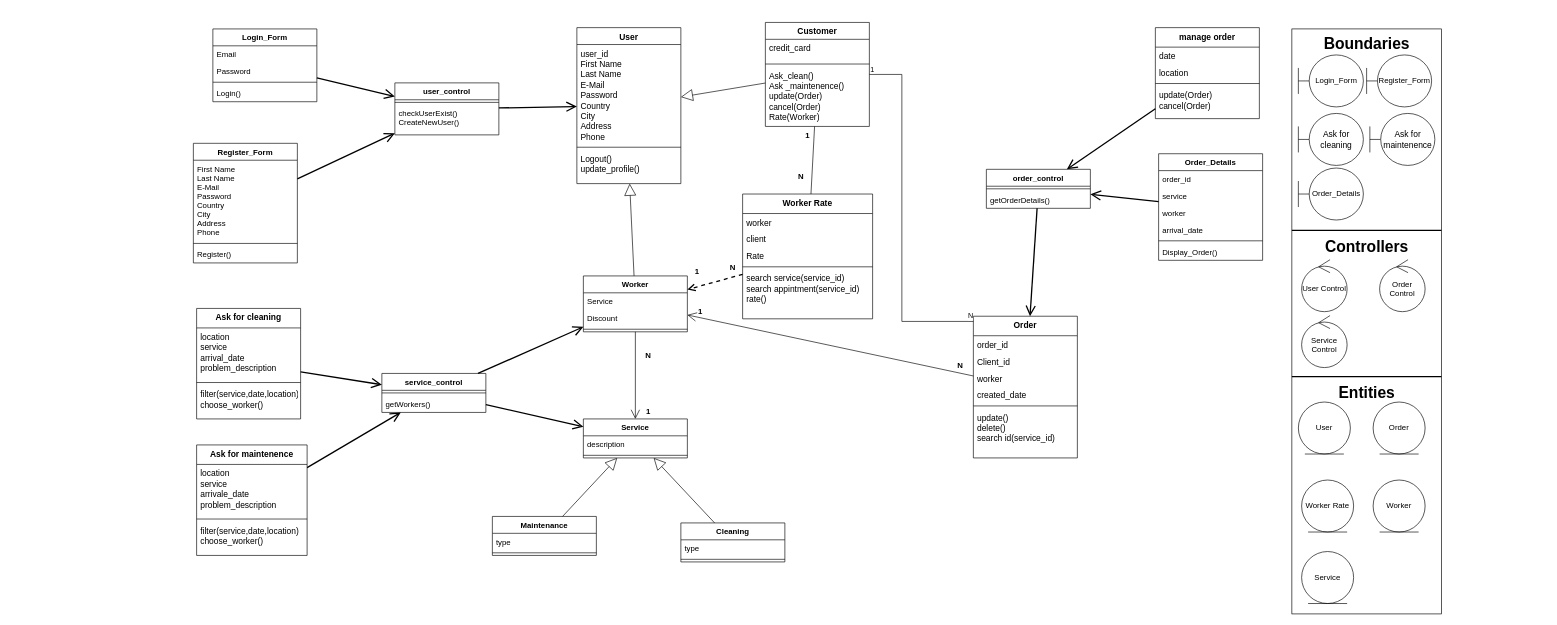
Earlier version of the draw.io diagram page "Class Final" (5 of 8) of saad project team 1.drawio (adhamfayrouzamf/drawio). Source tidied: cells renumbered, new cells numbered last; positions are measured from the earlier drawing's top-left corner, leaving out a move shared by most shapes. Both pictures are drawn from the tidied source at 65%, with x=0, y=0 at pixel (193, 22).
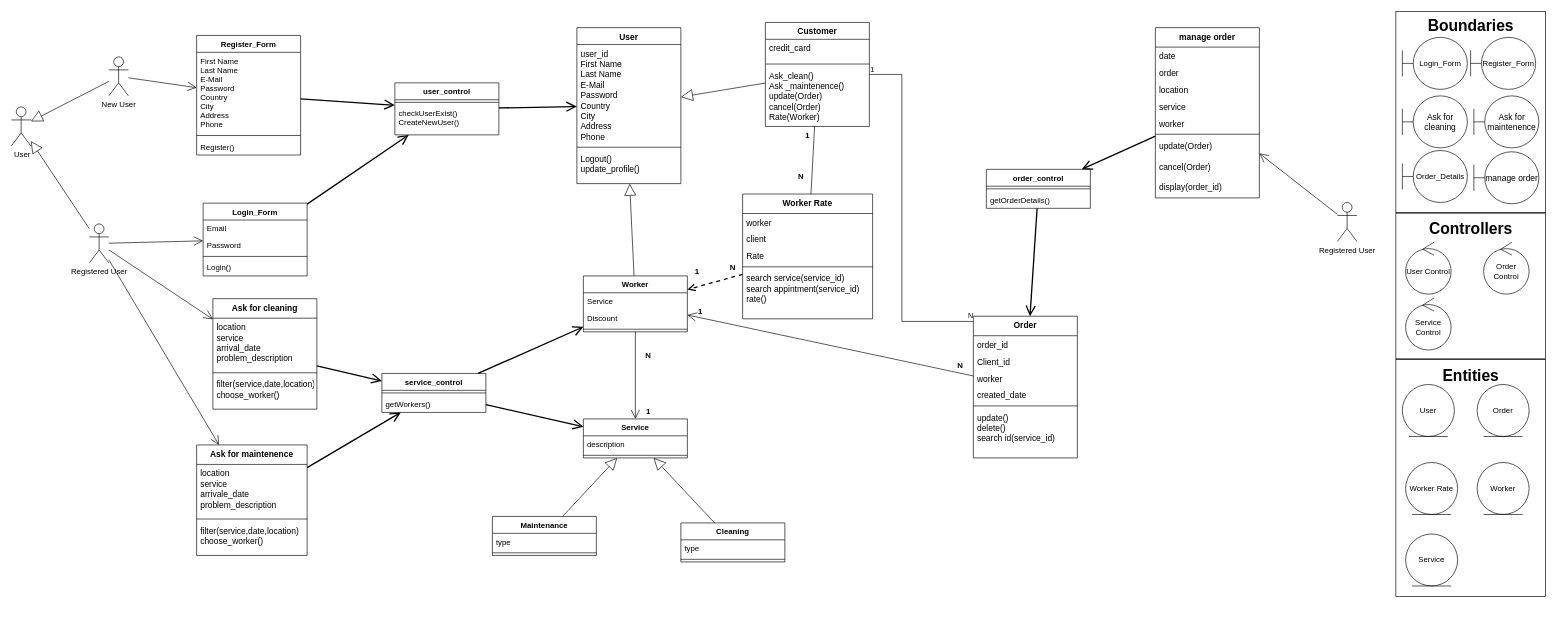
Above is the later version.

Unchanged cells that the change refers to:
```xml
<mxCell id="23" value="Ask for maintenence" style="swimlane;fontStyle=1;align=center;verticalAlign=top;horizontal=1;startSize=30;fontSize=13;" parent="1" vertex="1">
  <mxGeometry x="5" y="650" width="170" height="170" as="geometry" />
</mxCell>
<mxCell id="99" value="order_control" style="swimlane;fontStyle=1;align=center;verticalAlign=top;horizontal=1;startSize=26;" parent="1" vertex="1">
  <mxGeometry x="1220" y="226" width="160" height="60" as="geometry" />
</mxCell>
```

The edit, as a diff of the source:
```diff
@@
     <mxCell id="12" value="manage order" style="swimlane;fontStyle=1;align=center;verticalAlign=top;horizontal=1;startSize=30;fontSize=13;" parent="1" vertex="1">
-      <mxGeometry x="1480" y="8" width="160" height="140" as="geometry" />
+      <mxGeometry x="1480" y="8" width="160" height="262" as="geometry" />
     </mxCell>
@@
-    <mxCell id="14" value="location" style="text;strokeColor=none;fillColor=none;align=left;verticalAlign=top;spacingLeft=4;spacingRight=4;overflow=hidden;fontSize=13;" parent="12" vertex="1">
+    <mxCell id="14" value="order" style="text;strokeColor=none;fillColor=none;align=left;verticalAlign=top;spacingLeft=4;spacingRight=4;overflow=hidden;fontSize=13;" parent="12" vertex="1">
       <mxGeometry y="56" width="160" height="26" as="geometry" />
     </mxCell>
+    <mxCell id="122" value="location" style="text;strokeColor=none;fillColor=none;align=left;verticalAlign=top;spacingLeft=4;spacingRight=4;overflow=hidden;fontSize=13;" parent="12" vertex="1">
+      <mxGeometry y="82" width="160" height="26" as="geometry" />
+    </mxCell>
+    <mxCell id="75" value="service" style="text;strokeColor=none;fillColor=none;align=left;verticalAlign=top;spacingLeft=4;spacingRight=4;overflow=hidden;fontSize=13;" parent="12" vertex="1">
+      <mxGeometry y="108" width="160" height="26" as="geometry" />
+    </mxCell>
+    <mxCell id="76" value="worker" style="text;strokeColor=none;fillColor=none;align=left;verticalAlign=top;spacingLeft=4;spacingRight=4;overflow=hidden;fontSize=13;" parent="12" vertex="1">
+      <mxGeometry y="134" width="160" height="26" as="geometry" />
+    </mxCell>
     <mxCell id="15" style="line;strokeWidth=1;fillColor=none;align=left;verticalAlign=middle;spacingTop=-1;spacingLeft=3;spacingRight=3;labelPosition=right;fontSize=13;" parent="12" vertex="1">
-      <mxGeometry y="82" width="160" height="8" as="geometry" />
+      <mxGeometry y="160" width="160" height="8" as="geometry" />
     </mxCell>
-    <mxCell id="16" value="update(Order)&#10;cancel(Order)" style="text;strokeColor=none;fillColor=none;align=left;verticalAlign=top;spacingLeft=4;spacingRight=4;overflow=hidden;fontSize=13;" parent="12" vertex="1">
-      <mxGeometry y="90" width="160" height="50" as="geometry" />
+    <mxCell id="16" value="update(Order)" style="text;strokeColor=none;fillColor=none;align=left;verticalAlign=top;spacingLeft=4;spacingRight=4;overflow=hidden;fontSize=13;" parent="12" vertex="1">
+      <mxGeometry y="168" width="160" height="32" as="geometry" />
     </mxCell>
+    <mxCell id="123" value="cancel(Order)" style="text;strokeColor=none;fillColor=none;align=left;verticalAlign=top;spacingLeft=4;spacingRight=4;overflow=hidden;fontSize=13;" parent="12" vertex="1">
+      <mxGeometry y="200" width="160" height="32" as="geometry" />
+    </mxCell>
+    <mxCell id="124" value="display(order_id)" style="text;strokeColor=none;fillColor=none;align=left;verticalAlign=top;spacingLeft=4;spacingRight=4;overflow=hidden;fontSize=13;" parent="12" vertex="1">
+      <mxGeometry y="232" width="160" height="30" as="geometry" />
+    </mxCell>
@@
     <mxCell id="27" value="Ask for cleaning" style="swimlane;fontStyle=1;align=center;verticalAlign=top;horizontal=1;startSize=30;fontSize=13;" parent="1" vertex="1">
-      <mxGeometry x="5" y="440" width="160" height="170" as="geometry" />
+      <mxGeometry x="30" y="425" width="160" height="170" as="geometry" />
     </mxCell>
@@
     <mxCell id="56" value="Login_Form" style="swimlane;fontStyle=1;align=center;verticalAlign=top;horizontal=1;startSize=26;" parent="1" vertex="1">
-      <mxGeometry x="30" y="10" width="160" height="112" as="geometry" />
+      <mxGeometry x="15" y="278" width="160" height="112" as="geometry" />
     </mxCell>
@@
     <mxCell id="61" style="rounded=0;whiteSpace=wrap;html=1;" parent="1" vertex="1">
-      <mxGeometry x="1690" y="10" width="230" height="900" as="geometry" />
+      <mxGeometry x="1850" y="-17" width="230" height="900" as="geometry" />
     </mxCell>
     <mxCell id="62" value="User" style="ellipse;shape=umlEntity;whiteSpace=wrap;html=1;" parent="1" vertex="1">
-      <mxGeometry x="1700" y="584" width="80" height="80" as="geometry" />
+      <mxGeometry x="1860" y="557" width="80" height="80" as="geometry" />
     </mxCell>
     <mxCell id="63" value="Login_Form" style="shape=umlBoundary;whiteSpace=wrap;html=1;" parent="1" vertex="1">
-      <mxGeometry x="1700" y="50" width="100" height="80" as="geometry" />
+      <mxGeometry x="1860" y="23" width="100" height="80" as="geometry" />
     </mxCell>
@@
     <mxCell id="69" value="Register_Form" style="swimlane;fontStyle=1;align=center;verticalAlign=top;horizontal=1;startSize=26;" parent="1" vertex="1">
-      <mxGeometry y="186" width="160" height="184" as="geometry" />
+      <mxGeometry x="5" y="20" width="160" height="184" as="geometry" />
     </mxCell>
@@
-    <mxCell id="73" value="Order_Details" style="swimlane;fontStyle=1;align=center;verticalAlign=top;horizontal=1;startSize=26;" parent="1" vertex="1">
-      <mxGeometry x="1485" y="202" width="160" height="164" as="geometry" />
-    </mxCell>
-    <mxCell id="74" value="order_id" style="text;strokeColor=none;fillColor=none;align=left;verticalAlign=top;spacingLeft=4;spacingRight=4;overflow=hidden;" parent="73" vertex="1">
-      <mxGeometry y="26" width="160" height="26" as="geometry" />
-    </mxCell>
-    <mxCell id="75" value="service" style="text;strokeColor=none;fillColor=none;align=left;verticalAlign=top;spacingLeft=4;spacingRight=4;overflow=hidden;" parent="73" vertex="1">
-      <mxGeometry y="52" width="160" height="26" as="geometry" />
-    </mxCell>
-    <mxCell id="76" value="worker" style="text;strokeColor=none;fillColor=none;align=left;verticalAlign=top;spacingLeft=4;spacingRight=4;overflow=hidden;" parent="73" vertex="1">
-      <mxGeometry y="78" width="160" height="26" as="geometry" />
-    </mxCell>
-    <mxCell id="77" value="arrival_date" style="text;strokeColor=none;fillColor=none;align=left;verticalAlign=top;spacingLeft=4;spacingRight=4;overflow=hidden;" parent="73" vertex="1">
-      <mxGeometry y="104" width="160" height="26" as="geometry" />
-    </mxCell>
-    <mxCell id="78" style="line;strokeWidth=1;fillColor=none;align=left;verticalAlign=middle;spacingTop=-1;spacingLeft=3;spacingRight=3;labelPosition=right;" parent="73" vertex="1">
-      <mxGeometry y="130" width="160" height="8" as="geometry" />
-    </mxCell>
-    <mxCell id="79" value="Display_Order()" style="text;strokeColor=none;fillColor=none;align=left;verticalAlign=top;spacingLeft=4;spacingRight=4;overflow=hidden;" parent="73" vertex="1">
-      <mxGeometry y="138" width="160" height="26" as="geometry" />
-    </mxCell>
@@
-    <mxCell id="82" style="endArrow=open;endFill=1;endSize=12;html=1;strokeWidth=2;" parent="1" edge="1" source="73" target="99">
-      <mxGeometry relative="1" as="geometry" />
-    </mxCell>
@@
     <mxCell id="87" value="Register_Form" style="shape=umlBoundary;whiteSpace=wrap;html=1;" parent="1" vertex="1">
-      <mxGeometry x="1805" y="50" width="100" height="80" as="geometry" />
+      <mxGeometry x="1965" y="23" width="100" height="80" as="geometry" />
     </mxCell>
     <mxCell id="88" value="Order_Details" style="shape=umlBoundary;whiteSpace=wrap;html=1;" parent="1" vertex="1">
-      <mxGeometry x="1700" y="224" width="100" height="80" as="geometry" />
+      <mxGeometry x="1860" y="197" width="100" height="80" as="geometry" />
     </mxCell>
     <mxCell id="89" value="&lt;span style=&quot;font-size: 13px&quot;&gt;Ask for maintenence&lt;/span&gt;" style="shape=umlBoundary;whiteSpace=wrap;html=1;" parent="1" vertex="1">
-      <mxGeometry x="1810" y="140" width="100" height="80" as="geometry" />
+      <mxGeometry x="1970" y="113" width="100" height="80" as="geometry" />
     </mxCell>
     <mxCell id="90" value="&lt;span style=&quot;font-size: 13px&quot;&gt;Ask for cleaning&lt;/span&gt;" style="shape=umlBoundary;whiteSpace=wrap;html=1;" parent="1" vertex="1">
-      <mxGeometry x="1700" y="140" width="100" height="80" as="geometry" />
+      <mxGeometry x="1860" y="113" width="100" height="80" as="geometry" />
     </mxCell>
     <mxCell id="91" value="User Control" style="ellipse;shape=umlControl;whiteSpace=wrap;html=1;" parent="1" vertex="1">
-      <mxGeometry x="1705" y="365" width="70" height="80" as="geometry" />
+      <mxGeometry x="1865" y="338" width="70" height="80" as="geometry" />
     </mxCell>
@@
     <mxCell id="104" style="line;strokeWidth=2;html=1;" parent="1" vertex="1">
-      <mxGeometry x="1690" y="315" width="230" height="10" as="geometry" />
+      <mxGeometry x="1850" y="288" width="230" height="10" as="geometry" />
     </mxCell>
     <mxCell id="105" value="Order Control" style="ellipse;shape=umlControl;whiteSpace=wrap;html=1;" parent="1" vertex="1">
-      <mxGeometry x="1825" y="365" width="70" height="80" as="geometry" />
+      <mxGeometry x="1985" y="338" width="70" height="80" as="geometry" />
     </mxCell>
     <mxCell id="106" value="Service Control" style="ellipse;shape=umlControl;whiteSpace=wrap;html=1;" parent="1" vertex="1">
-      <mxGeometry x="1705" y="451" width="70" height="80" as="geometry" />
+      <mxGeometry x="1865" y="424" width="70" height="80" as="geometry" />
     </mxCell>
     <mxCell id="107" style="line;strokeWidth=2;html=1;" parent="1" vertex="1">
-      <mxGeometry x="1690" y="540" width="230" height="10" as="geometry" />
+      <mxGeometry x="1850" y="513" width="230" height="10" as="geometry" />
     </mxCell>
     <mxCell id="108" value="Order" style="ellipse;shape=umlEntity;whiteSpace=wrap;html=1;" parent="1" vertex="1">
-      <mxGeometry x="1815" y="584" width="80" height="80" as="geometry" />
+      <mxGeometry x="1975" y="557" width="80" height="80" as="geometry" />
     </mxCell>
     <mxCell id="109" value="Worker Rate" style="ellipse;shape=umlEntity;whiteSpace=wrap;html=1;" parent="1" vertex="1">
-      <mxGeometry x="1705" y="704" width="80" height="80" as="geometry" />
+      <mxGeometry x="1865" y="677" width="80" height="80" as="geometry" />
     </mxCell>
     <mxCell id="110" value="Worker" style="ellipse;shape=umlEntity;whiteSpace=wrap;html=1;" parent="1" vertex="1">
-      <mxGeometry x="1815" y="704" width="80" height="80" as="geometry" />
+      <mxGeometry x="1975" y="677" width="80" height="80" as="geometry" />
     </mxCell>
     <mxCell id="111" value="Service" style="ellipse;shape=umlEntity;whiteSpace=wrap;html=1;" parent="1" vertex="1">
-      <mxGeometry x="1705" y="814" width="80" height="80" as="geometry" />
+      <mxGeometry x="1865" y="787" width="80" height="80" as="geometry" />
     </mxCell>
     <mxCell id="112" value="Entities" style="text;strokeColor=none;fillColor=none;html=1;fontSize=24;fontStyle=1;verticalAlign=middle;align=center;" parent="1" vertex="1">
-      <mxGeometry x="1755" y="551" width="100" height="40" as="geometry" />
+      <mxGeometry x="1915" y="524" width="100" height="40" as="geometry" />
     </mxCell>
     <mxCell id="113" value="Controllers" style="text;strokeColor=none;fillColor=none;html=1;fontSize=24;fontStyle=1;verticalAlign=middle;align=center;" parent="1" vertex="1">
-      <mxGeometry x="1755" y="325" width="100" height="40" as="geometry" />
+      <mxGeometry x="1915" y="298" width="100" height="40" as="geometry" />
     </mxCell>
     <mxCell id="114" value="Boundaries" style="text;strokeColor=none;fillColor=none;html=1;fontSize=24;fontStyle=1;verticalAlign=middle;align=center;" parent="1" vertex="1">
-      <mxGeometry x="1755" y="13" width="100" height="40" as="geometry" />
+      <mxGeometry x="1915" y="-14" width="100" height="40" as="geometry" />
     </mxCell>
@@
+    <mxCell id="125" value="&lt;span style=&quot;font-size: 13px&quot;&gt;manage order&lt;br&gt;&lt;/span&gt;" style="shape=umlBoundary;whiteSpace=wrap;html=1;" parent="1" vertex="1">
+      <mxGeometry x="1970" y="199" width="100" height="80" as="geometry" />
+    </mxCell>
+    <mxCell id="126" value="&amp;nbsp;User" style="shape=umlActor;verticalLabelPosition=bottom;verticalAlign=top;html=1;outlineConnect=0;" parent="1" vertex="1">
+      <mxGeometry x="-280" y="130" width="30" height="60" as="geometry" />
+    </mxCell>
+    <mxCell id="127" value="New User" style="shape=umlActor;verticalLabelPosition=bottom;verticalAlign=top;html=1;outlineConnect=0;" parent="1" vertex="1">
+      <mxGeometry x="-130" y="53" width="30" height="60" as="geometry" />
+    </mxCell>
+    <mxCell id="128" value="Registered User" style="shape=umlActor;verticalLabelPosition=bottom;verticalAlign=top;html=1;outlineConnect=0;" parent="1" vertex="1">
+      <mxGeometry x="-160" y="310" width="30" height="60" as="geometry" />
+    </mxCell>
+    <mxCell id="129" style="endArrow=block;endSize=16;endFill=0;html=1;rounded=0;fontSize=13;strokeWidth=1;" parent="1" edge="1" source="128" target="126">
+      <mxGeometry relative="1" as="geometry" />
+    </mxCell>
+    <mxCell id="130" style="endArrow=block;endSize=16;endFill=0;html=1;rounded=0;fontSize=13;strokeWidth=1;" parent="1" edge="1" source="127" target="126">
+      <mxGeometry relative="1" as="geometry" />
+    </mxCell>
+    <mxCell id="131" style="endArrow=open;endFill=1;endSize=12;html=1;fontSize=16;" parent="1" edge="1" source="128" target="56">
+      <mxGeometry relative="1" as="geometry" />
+    </mxCell>
+    <mxCell id="132" style="endArrow=open;endFill=1;endSize=12;html=1;fontSize=16;" parent="1" edge="1" source="128" target="27">
+      <mxGeometry relative="1" as="geometry" />
+    </mxCell>
+    <mxCell id="133" style="endArrow=open;endFill=1;endSize=12;html=1;fontSize=16;" parent="1" edge="1" source="128" target="23">
+      <mxGeometry relative="1" as="geometry" />
+    </mxCell>
+    <mxCell id="134" style="endArrow=open;endFill=1;endSize=12;html=1;fontSize=16;" parent="1" edge="1" source="127" target="69">
+      <mxGeometry relative="1" as="geometry" />
+    </mxCell>
+    <mxCell id="135" value="Registered User" style="shape=umlActor;verticalLabelPosition=bottom;verticalAlign=top;html=1;outlineConnect=0;" parent="1" vertex="1">
+      <mxGeometry x="1760" y="277" width="30" height="60" as="geometry" />
+    </mxCell>
+    <mxCell id="136" style="endArrow=open;endFill=1;endSize=12;html=1;" parent="1" edge="1" source="135" target="12">
+      <mxGeometry relative="1" as="geometry" />
+    </mxCell>
```
